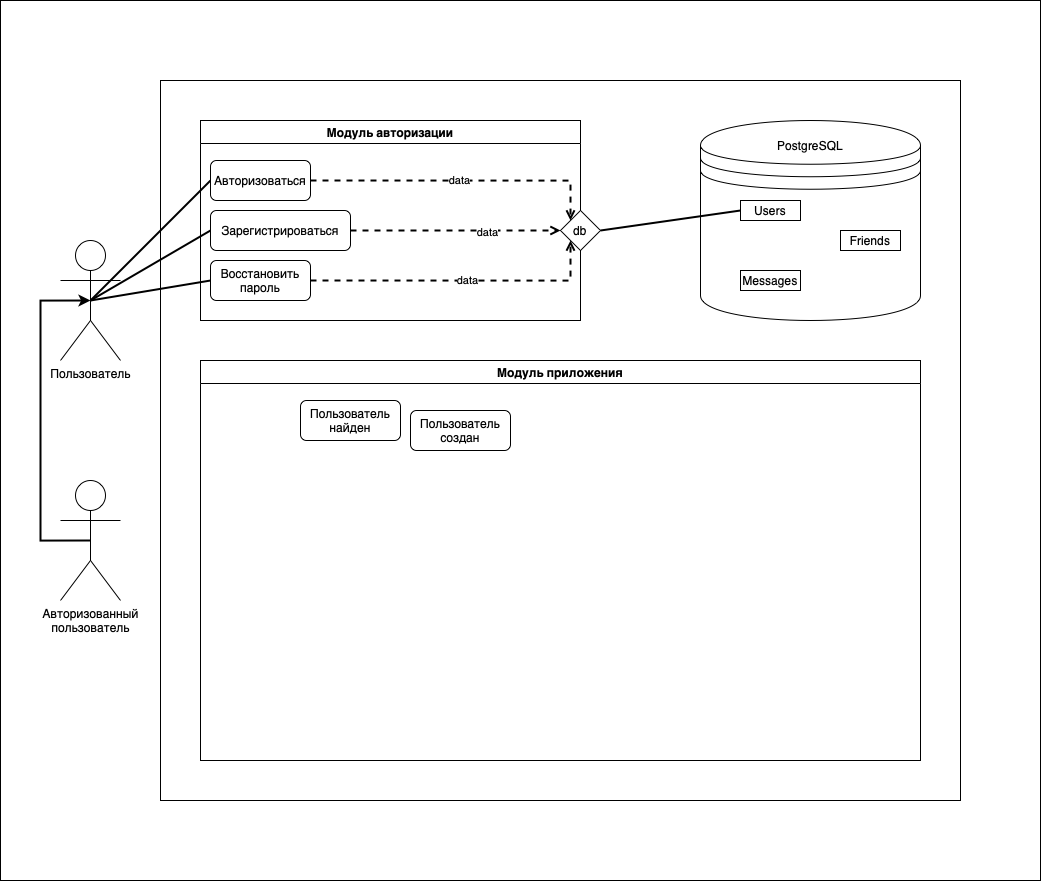
Earlier version of the draw.io export doc/use-case-diagram.png (dokerplp/vk-test-task). Source tidied: cells renumbered, new cells last; positions are measured from the earlier drawing's top-left corner, leaving out a move shared by most shapes.
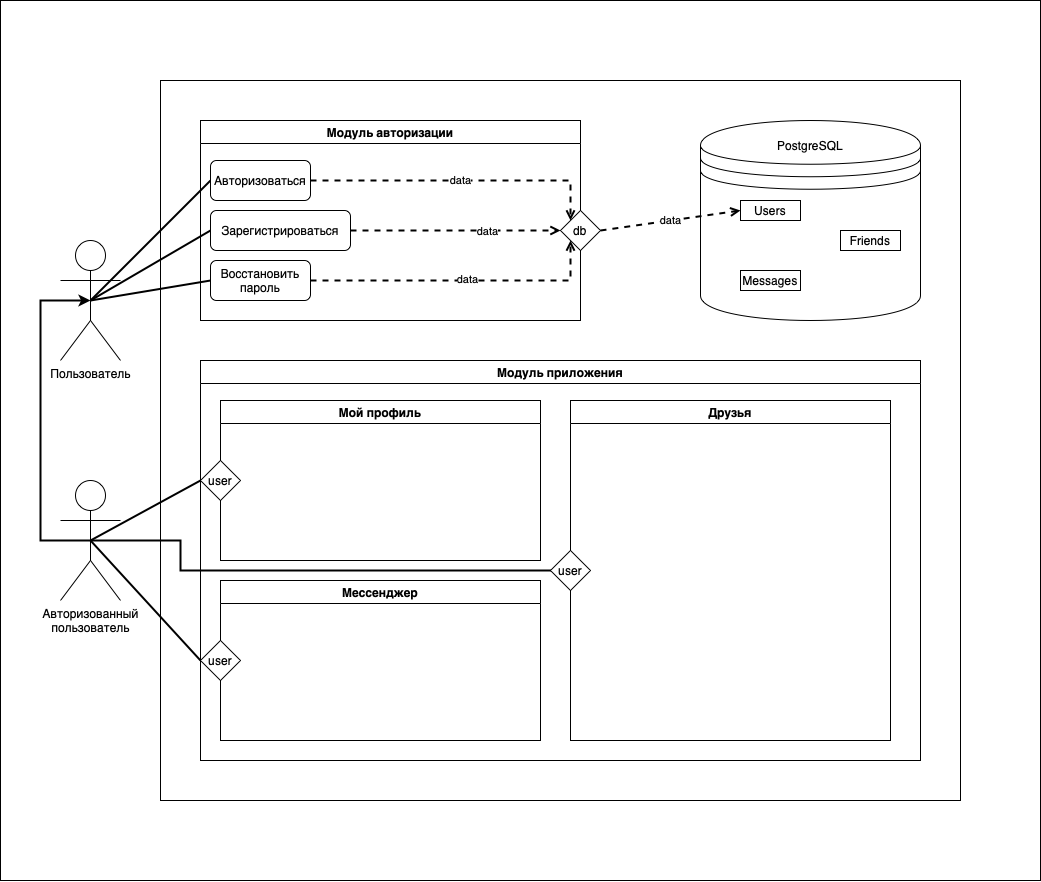
Above is the later version.

What changed in the source:
```diff
@@ -16,6 +16,20 @@
         </Array>
       </mxGeometry>
     </mxCell>
+    <mxCell id="29" style="rounded=0;jettySize=auto;html=1;exitX=0.5;exitY=0.5;exitDx=0;exitDy=0;exitPerimeter=0;entryX=0;entryY=0.5;entryDx=0;entryDy=0;labelBorderColor=none;endArrow=none;endFill=0;strokeWidth=2;" parent="1" edge="1" source="5" target="33">
+      <mxGeometry relative="1" as="geometry" />
+    </mxCell>
+    <mxCell id="30" style="edgeStyle=none;rounded=0;jettySize=auto;html=1;exitX=0.5;exitY=0.5;exitDx=0;exitDy=0;exitPerimeter=0;entryX=0;entryY=0.5;entryDx=0;entryDy=0;labelBorderColor=none;endArrow=none;endFill=0;strokeWidth=2;" parent="1" edge="1" source="5" target="35">
+      <mxGeometry relative="1" as="geometry" />
+    </mxCell>
+    <mxCell id="31" style="edgeStyle=orthogonalEdgeStyle;rounded=0;jettySize=auto;html=1;exitX=0.5;exitY=0.5;exitDx=0;exitDy=0;exitPerimeter=0;entryX=0;entryY=0.5;entryDx=0;entryDy=0;labelBorderColor=none;endArrow=none;endFill=0;strokeWidth=2;" parent="1" edge="1" source="5" target="36">
+      <mxGeometry relative="1" as="geometry">
+        <Array as="points">
+          <mxPoint x="180" y="540" />
+          <mxPoint x="180" y="570" />
+        </Array>
+      </mxGeometry>
+    </mxCell>
     <mxCell id="5" value="Авторизованный&lt;br&gt;пользователь" style="shape=umlActor;verticalLabelPosition=bottom;verticalAlign=top;html=1;outlineConnect=0;" parent="1" vertex="1">
       <mxGeometry x="60" y="480" width="60" height="120" as="geometry" />
     </mxCell>
@@ -46,6 +60,18 @@
     <mxCell id="14" value="Модуль приложения" style="swimlane;" parent="1" vertex="1">
       <mxGeometry x="200" y="360" width="720" height="400" as="geometry" />
     </mxCell>
+    <mxCell id="32" value="Мой профиль" style="swimlane;" parent="14" vertex="1">
+      <mxGeometry x="20" y="40" width="320" height="160" as="geometry" />
+    </mxCell>
+    <mxCell id="33" value="user" style="rhombus;whiteSpace=wrap;html=1;" parent="32" vertex="1">
+      <mxGeometry x="-20" y="60" width="40" height="40" as="geometry" />
+    </mxCell>
+    <mxCell id="34" value="Мессенджер" style="swimlane;" parent="14" vertex="1">
+      <mxGeometry x="20" y="220" width="320" height="160" as="geometry" />
+    </mxCell>
+    <mxCell id="35" value="user" style="rhombus;whiteSpace=wrap;html=1;" parent="34" vertex="1">
+      <mxGeometry x="-20" y="60" width="40" height="40" as="geometry" />
+    </mxCell>
     <mxCell id="15" style="shape=datastore;whiteSpace=wrap;html=1;" parent="1" vertex="1">
       <mxGeometry x="700" y="120" width="220" height="200" as="geometry" />
     </mxCell>
@@ -68,13 +94,7 @@
         </Array>
       </mxGeometry>
     </mxCell>
-    <mxCell id="21" value="Пользователь найден" style="rounded=1;whiteSpace=wrap;html=1;" parent="1" vertex="1">
-      <mxGeometry x="300" y="400" width="100" height="40" as="geometry" />
-    </mxCell>
-    <mxCell id="22" value="Пользователь создан" style="rounded=1;whiteSpace=wrap;html=1;" parent="1" vertex="1">
-      <mxGeometry x="410" y="410" width="100" height="40" as="geometry" />
-    </mxCell>
-    <mxCell id="23" style="rounded=0;jettySize=auto;html=1;exitX=1;exitY=0.5;exitDx=0;exitDy=0;entryX=0;entryY=0.5;entryDx=0;entryDy=0;labelBorderColor=none;endArrow=none;endFill=0;strokeWidth=2;" parent="1" edge="1" source="24" target="17">
+    <mxCell id="23" value="data" style="rounded=0;jettySize=auto;html=1;exitX=1;exitY=0.5;exitDx=0;exitDy=0;entryX=0;entryY=0.5;entryDx=0;entryDy=0;labelBorderColor=none;endArrow=open;endFill=0;strokeWidth=2;dashed=1;" parent="1" edge="1" source="24" target="17">
       <mxGeometry relative="1" as="geometry" />
     </mxCell>
     <mxCell id="24" value="db" style="rhombus;whiteSpace=wrap;html=1;" parent="1" vertex="1">
@@ -92,5 +112,11 @@
     <mxCell id="28" value="data" style="edgeLabel;html=1;align=center;verticalAlign=middle;" parent="27" vertex="1">
       <mxGeometry x="0.04" y="1" relative="1" as="geometry" />
     </mxCell>
+    <mxCell id="36" value="Друзья" style="swimlane;" parent="1" vertex="1">
+      <mxGeometry x="570" y="400" width="320" height="340" as="geometry" />
+    </mxCell>
+    <mxCell id="37" value="user" style="rhombus;whiteSpace=wrap;html=1;" parent="36" vertex="1">
+      <mxGeometry x="-20" y="150" width="40" height="40" as="geometry" />
+    </mxCell>
   </root>
 </mxGraphModel>
```
